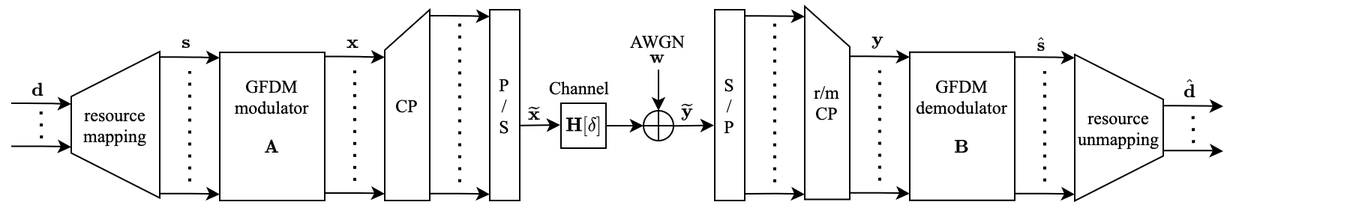
Above: gfdm_system_model.png in jaylotw/GFDM (draw.io), before the change. Source tidied: cells renumbered, new cells last; positions are measured from the earlier drawing's top-left corner, leaving out a move shared by most shapes.
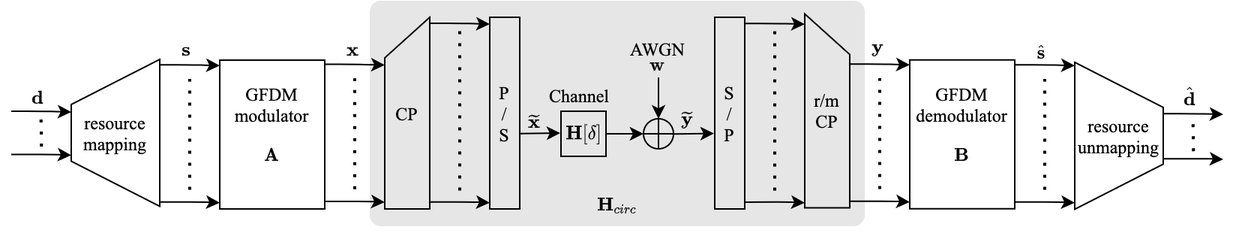
Later version of the same file.

The edit, as a diff of the source:
```diff
@@ -2,6 +2,9 @@
   <root>
     <mxCell id="0" />
     <mxCell id="1" parent="0" />
+    <mxCell id="51" style="rounded=1;whiteSpace=wrap;html=1;strokeColor=none;fillColor=#E6E6E6;arcSize=5;" parent="1" vertex="1">
+      <mxGeometry x="239" y="-5" width="330" height="150" as="geometry" />
+    </mxCell>
     <mxCell id="2" value="&lt;span style=&quot;color: rgb(0, 0, 0); font-size: 12px; font-style: normal; font-weight: 400; letter-spacing: normal; text-align: center; text-indent: 0px; text-transform: none; word-spacing: 0px; background-color: rgb(248, 249, 250); display: inline; float: none;&quot;&gt;$$\mathbf{d}$$&lt;/span&gt;" style="text;whiteSpace=wrap;html=1;fontFamily=Times New Roman;" parent="1" vertex="1">
       <mxGeometry x="12" y="34" width="10" height="40" as="geometry" />
     </mxCell>
@@ -254,7 +257,7 @@
     <mxCell id="45" value="GFDM&lt;br&gt;demodulator&lt;br&gt;$$\mathbf{B}$$" style="rounded=0;whiteSpace=wrap;html=1;fontFamily=Times New Roman;fillColor=none;" parent="1" vertex="1">
       <mxGeometry x="599" y="34.4" width="70" height="99" as="geometry" />
     </mxCell>
-    <mxCell id="46" value="resource&lt;br&gt;unmapping" style="shape=trapezoid;perimeter=trapezoidPerimeter;whiteSpace=wrap;html=1;fixedSize=1;fillColor=none;rotation=0;fontFamily=Times New Roman;labelPosition=center;verticalLabelPosition=middle;align=center;verticalAlign=middle;direction=south;size=30.009999999999998;" parent="1" vertex="1">
+    <mxCell id="46" value="resource&lt;br&gt;unmapping" style="shape=trapezoid;perimeter=trapezoidPerimeter;whiteSpace=wrap;html=1;fixedSize=1;fillColor=none;rotation=0;fontFamily=Times New Roman;labelPosition=center;verticalLabelPosition=middle;align=center;verticalAlign=middle;direction=south;size=30.009999999999998;horizontal=1;" parent="1" vertex="1">
       <mxGeometry x="709" y="35.9" width="59" height="97.8" as="geometry" />
     </mxCell>
     <mxCell id="47" style="edgeStyle=orthogonalEdgeStyle;orthogonalLoop=1;jettySize=auto;html=1;fontFamily=Times New Roman;" parent="1" edge="1">
@@ -285,5 +288,8 @@
     <mxCell id="50" value="&lt;span style=&quot;color: rgb(0 , 0 , 0) ; font-size: 12px ; font-style: normal ; font-weight: 400 ; letter-spacing: normal ; text-align: center ; text-indent: 0px ; text-transform: none ; word-spacing: 0px ; background-color: rgb(248 , 249 , 250) ; display: inline ; float: none&quot;&gt;$$\hat{\mathbf{s}}$$&lt;/span&gt;" style="text;whiteSpace=wrap;html=1;fontFamily=Times New Roman;" parent="1" vertex="1">
       <mxGeometry x="682" y="3.5" width="20" height="40" as="geometry" />
     </mxCell>
+    <mxCell id="52" value="&lt;span style=&quot;color: rgb(0, 0, 0); font-size: 12px; font-style: normal; font-weight: 400; letter-spacing: normal; text-indent: 0px; text-transform: none; word-spacing: 0px; background-color: rgb(248, 249, 250); display: inline; float: none;&quot;&gt;$${\mathbf{H}_{circ}}$$&lt;/span&gt;" style="text;whiteSpace=wrap;html=1;fontFamily=Times New Roman;align=center;" parent="1" vertex="1">
+      <mxGeometry x="386.8" y="105" width="34.5" height="40" as="geometry" />
+    </mxCell>
   </root>
 </mxGraphModel>
```
